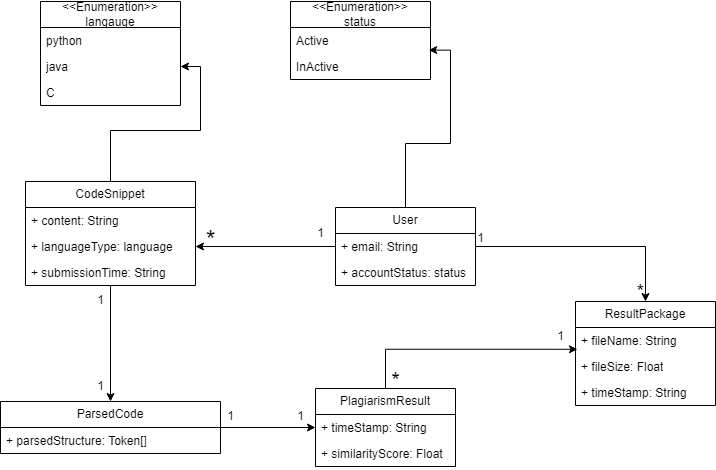
The draw.io diagram docs/SRS-Volere/assets/UML.png in lilweege/SyntaxSentinels, before a commit. Source tidied: cells renumbered, new cells last; positions are measured from the earlier drawing's top-left corner, leaving out a move shared by most shapes.
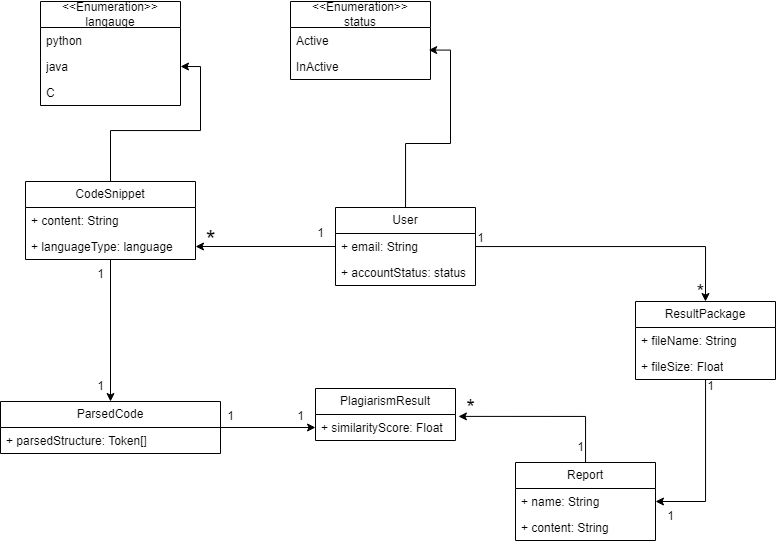
The same diagram one commit later.

Commit message:
made chanegs to UML

What changed in the source:
```diff
@@ -9,7 +9,7 @@
       <mxGeometry relative="1" as="geometry" />
     </mxCell>
     <mxCell id="4" value="CodeSnippet" style="swimlane;fontStyle=0;horizontal=1;startSize=26;fillColor=none;whiteSpace=wrap;html=1;" parent="1" vertex="1">
-      <mxGeometry x="25" y="180" width="170" height="104" as="geometry" />
+      <mxGeometry x="25" y="180" width="170" height="78" as="geometry" />
     </mxCell>
     <mxCell id="5" value="+ content: String" style="text;strokeColor=none;fillColor=none;align=left;verticalAlign=top;spacingLeft=4;spacingRight=4;overflow=hidden;whiteSpace=wrap;html=1;" parent="4" vertex="1">
       <mxGeometry y="26" width="170" height="26" as="geometry" />
@@ -17,9 +17,6 @@
     <mxCell id="6" value="+ languageType: language" style="text;strokeColor=none;fillColor=none;align=left;verticalAlign=top;spacingLeft=4;spacingRight=4;overflow=hidden;points=[[0,0.5],[1,0.5]];portConstraint=eastwest;whiteSpace=wrap;html=1;" parent="4" vertex="1">
       <mxGeometry y="52" width="170" height="26" as="geometry" />
     </mxCell>
-    <mxCell id="7" value="+ submissionTime: String" style="text;strokeColor=none;fillColor=none;align=left;verticalAlign=top;spacingLeft=4;spacingRight=4;overflow=hidden;whiteSpace=wrap;html=1;" parent="4" vertex="1">
-      <mxGeometry y="78" width="170" height="26" as="geometry" />
-    </mxCell>
     <mxCell id="8" style="edgeStyle=orthogonalEdgeStyle;rounded=0;jettySize=auto;html=1;entryX=0.987;entryY=-0.131;entryDx=0;entryDy=0;entryPerimeter=0;" parent="1" edge="1" source="11" target="20">
       <mxGeometry relative="1" as="geometry" />
     </mxCell>
@@ -65,8 +62,10 @@
     <mxCell id="22" value="&lt;font style=&quot;font-size: 25px;&quot;&gt;*&lt;/font&gt;" style="text;html=1;align=center;verticalAlign=middle;strokeColor=none;fillColor=none;" parent="1" vertex="1">
       <mxGeometry x="195" y="217" width="30" height="40" as="geometry" />
     </mxCell>
-    <mxCell id="23" style="edgeStyle=orthogonalEdgeStyle;rounded=0;jettySize=auto;html=1;entryX=0;entryY=0.5;entryDx=0;entryDy=0;" parent="1" edge="1" source="24" target="30">
-      <mxGeometry relative="1" as="geometry" />
+    <mxCell id="23" style="edgeStyle=orthogonalEdgeStyle;rounded=0;jettySize=auto;html=1;entryX=0;entryY=0.5;entryDx=0;entryDy=0;" parent="1" edge="1" source="24">
+      <mxGeometry relative="1" as="geometry">
+        <mxPoint x="315" y="426" as="targetPoint" />
+      </mxGeometry>
     </mxCell>
     <mxCell id="24" value="ParsedCode" style="swimlane;fontStyle=0;horizontal=1;startSize=26;fillColor=none;whiteSpace=wrap;html=1;" parent="1" vertex="1">
       <mxGeometry y="400" width="220" height="52" as="geometry" />
@@ -75,22 +74,16 @@
       <mxGeometry y="26" width="220" height="26" as="geometry" />
     </mxCell>
     <mxCell id="26" value="1" style="text;html=1;align=center;verticalAlign=middle;strokeColor=none;fillColor=none;" parent="1" vertex="1">
-      <mxGeometry x="85" y="284" width="30" height="30" as="geometry" />
+      <mxGeometry x="85" y="258" width="30" height="30" as="geometry" />
     </mxCell>
     <mxCell id="27" value="1" style="text;html=1;align=center;verticalAlign=middle;strokeColor=none;fillColor=none;" parent="1" vertex="1">
       <mxGeometry x="85" y="370" width="30" height="30" as="geometry" />
     </mxCell>
-    <mxCell id="28" style="edgeStyle=orthogonalEdgeStyle;rounded=0;jettySize=auto;html=1;entryX=0.014;entryY=-0.162;entryDx=0;entryDy=0;entryPerimeter=0;" parent="1" edge="1" source="29" target="36">
-      <mxGeometry relative="1" as="geometry" />
-    </mxCell>
     <mxCell id="29" value="PlagiarismResult" style="swimlane;fontStyle=0;horizontal=1;startSize=26;fillColor=none;whiteSpace=wrap;html=1;" parent="1" vertex="1">
-      <mxGeometry x="315" y="387" width="140" height="78" as="geometry" />
+      <mxGeometry x="315" y="387" width="140" height="52" as="geometry" />
     </mxCell>
-    <mxCell id="30" value="+ timeStamp: String" style="text;strokeColor=none;fillColor=none;align=left;verticalAlign=top;spacingLeft=4;spacingRight=4;overflow=hidden;points=[[0,0.5],[1,0.5]];portConstraint=eastwest;whiteSpace=wrap;html=1;" parent="29" vertex="1">
-      <mxGeometry y="26" width="140" height="26" as="geometry" />
-    </mxCell>
     <mxCell id="31" value="+ similarityScore: Float" style="text;strokeColor=none;fillColor=none;align=left;verticalAlign=top;spacingLeft=4;spacingRight=4;overflow=hidden;points=[[0,0.5],[1,0.5]];portConstraint=eastwest;whiteSpace=wrap;html=1;" parent="29" vertex="1">
-      <mxGeometry y="52" width="140" height="26" as="geometry" />
+      <mxGeometry y="26" width="140" height="26" as="geometry" />
     </mxCell>
     <mxCell id="32" value="1" style="text;html=1;align=center;verticalAlign=middle;strokeColor=none;fillColor=none;" parent="1" vertex="1">
       <mxGeometry x="215" y="400" width="30" height="30" as="geometry" />
@@ -98,8 +91,11 @@
     <mxCell id="33" value="1" style="text;html=1;align=center;verticalAlign=middle;strokeColor=none;fillColor=none;" parent="1" vertex="1">
       <mxGeometry x="285" y="400" width="30" height="30" as="geometry" />
     </mxCell>
+    <mxCell id="42" style="edgeStyle=orthogonalEdgeStyle;rounded=0;jettySize=auto;html=1;entryX=1;entryY=0.5;entryDx=0;entryDy=0;" parent="1" edge="1" source="34" target="45">
+      <mxGeometry relative="1" as="geometry" />
+    </mxCell>
     <mxCell id="34" value="ResultPackage" style="swimlane;fontStyle=0;horizontal=1;startSize=26;fillColor=none;whiteSpace=wrap;html=1;" parent="1" vertex="1">
-      <mxGeometry x="575" y="300" width="140" height="104" as="geometry" />
+      <mxGeometry x="635" y="300" width="140" height="78" as="geometry" />
     </mxCell>
     <mxCell id="35" value="+ fileName: String" style="text;strokeColor=none;fillColor=none;align=left;verticalAlign=top;spacingLeft=4;spacingRight=4;overflow=hidden;whiteSpace=wrap;html=1;" parent="34" vertex="1">
       <mxGeometry y="26" width="140" height="26" as="geometry" />
@@ -107,20 +103,35 @@
     <mxCell id="36" value="+ fileSize: Float" style="text;strokeColor=none;fillColor=none;align=left;verticalAlign=top;spacingLeft=4;spacingRight=4;overflow=hidden;points=[[0,0.5],[1,0.5]];portConstraint=eastwest;whiteSpace=wrap;html=1;" parent="34" vertex="1">
       <mxGeometry y="52" width="140" height="26" as="geometry" />
     </mxCell>
-    <mxCell id="37" value="+ timeStamp: String" style="text;strokeColor=none;fillColor=none;align=left;verticalAlign=top;spacingLeft=4;spacingRight=4;overflow=hidden;whiteSpace=wrap;html=1;" parent="34" vertex="1">
-      <mxGeometry y="78" width="140" height="26" as="geometry" />
-    </mxCell>
     <mxCell id="38" value="&lt;font style=&quot;font-size: 22px;&quot;&gt;*&lt;/font&gt;" style="text;html=1;align=center;verticalAlign=middle;strokeColor=none;fillColor=none;" parent="1" vertex="1">
-      <mxGeometry x="380" y="360" width="30" height="40" as="geometry" />
+      <mxGeometry x="455" y="387" width="30" height="40" as="geometry" />
     </mxCell>
-    <mxCell id="39" value="1" style="text;html=1;align=center;verticalAlign=middle;strokeColor=none;fillColor=none;" parent="1" vertex="1">
-      <mxGeometry x="545" y="320" width="30" height="30" as="geometry" />
-    </mxCell>
     <mxCell id="40" value="1" style="text;html=1;align=center;verticalAlign=middle;strokeColor=none;fillColor=none;" parent="1" vertex="1">
       <mxGeometry x="465" y="222" width="30" height="30" as="geometry" />
     </mxCell>
     <mxCell id="41" value="&lt;font style=&quot;font-size: 20px;&quot;&gt;*&lt;/font&gt;" style="text;html=1;align=center;verticalAlign=middle;strokeColor=none;fillColor=none;" parent="1" vertex="1">
-      <mxGeometry x="625" y="270" width="30" height="40" as="geometry" />
+      <mxGeometry x="685" y="270" width="30" height="40" as="geometry" />
     </mxCell>
+    <mxCell id="43" style="edgeStyle=orthogonalEdgeStyle;rounded=0;jettySize=auto;html=1;entryX=1.021;entryY=0.073;entryDx=0;entryDy=0;entryPerimeter=0;" parent="1" edge="1" source="44" target="31">
+      <mxGeometry relative="1" as="geometry" />
+    </mxCell>
+    <mxCell id="44" value="Report" style="swimlane;fontStyle=0;horizontal=1;startSize=26;fillColor=none;whiteSpace=wrap;html=1;" parent="1" vertex="1">
+      <mxGeometry x="515" y="461" width="140" height="78" as="geometry" />
+    </mxCell>
+    <mxCell id="45" value="+ name: String" style="text;strokeColor=none;fillColor=none;align=left;verticalAlign=top;spacingLeft=4;spacingRight=4;overflow=hidden;points=[[0,0.5],[1,0.5]];portConstraint=eastwest;whiteSpace=wrap;html=1;" parent="44" vertex="1">
+      <mxGeometry y="26" width="140" height="26" as="geometry" />
+    </mxCell>
+    <mxCell id="46" value="+ content: String" style="text;strokeColor=none;fillColor=none;align=left;verticalAlign=top;spacingLeft=4;spacingRight=4;overflow=hidden;whiteSpace=wrap;html=1;" parent="44" vertex="1">
+      <mxGeometry y="52" width="140" height="26" as="geometry" />
+    </mxCell>
+    <mxCell id="47" value="1" style="text;html=1;align=center;verticalAlign=middle;strokeColor=none;fillColor=none;" parent="1" vertex="1">
+      <mxGeometry x="565" y="431" width="30" height="30" as="geometry" />
+    </mxCell>
+    <mxCell id="48" value="1" style="text;html=1;align=center;verticalAlign=middle;strokeColor=none;fillColor=none;" parent="1" vertex="1">
+      <mxGeometry x="695" y="370" width="30" height="30" as="geometry" />
+    </mxCell>
+    <mxCell id="49" value="1" style="text;html=1;align=center;verticalAlign=middle;strokeColor=none;fillColor=none;" parent="1" vertex="1">
+      <mxGeometry x="655" y="500" width="30" height="30" as="geometry" />
+    </mxCell>
   </root>
 </mxGraphModel>
```
